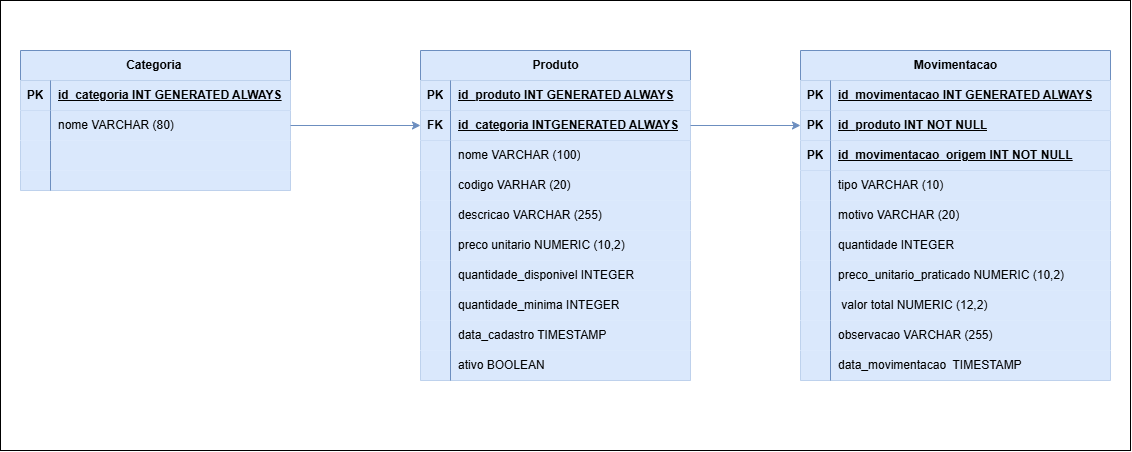
Above: docs/ProjetoIndividual.drawio.png in Tauane-gif/infotech-api (draw.io), before the change. Source tidied: cells renumbered, new cells last; positions are measured from the earlier drawing's top-left corner, leaving out a move shared by most shapes.
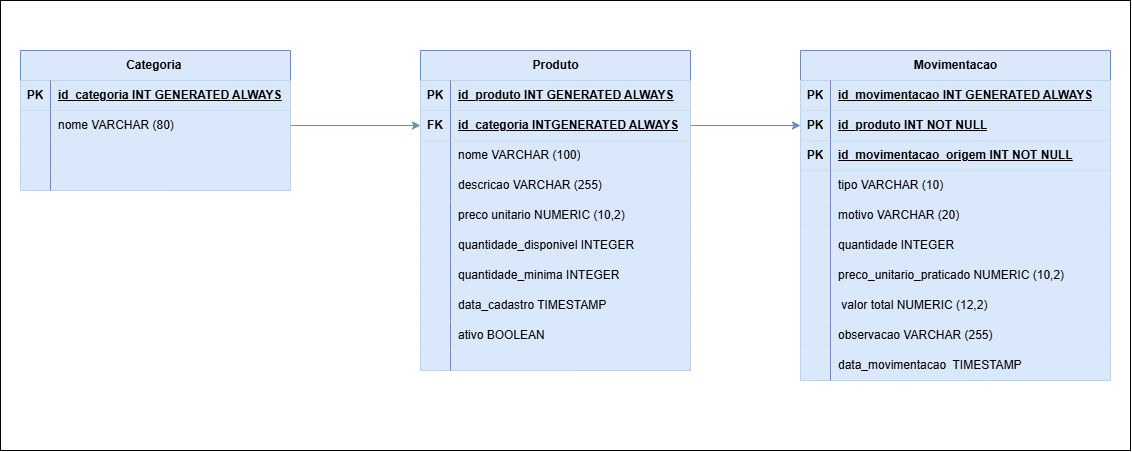
Above is the later version.

Diff of the diagram source:
```diff
@@ -45,7 +45,7 @@
       <mxGeometry x="30" width="240" height="20" as="geometry" />
     </mxCell>
     <mxCell id="16" value="Produto" style="shape=table;startSize=30;rowLines=0;fontStyle=1;align=center;html=1;fillColor=#dae8fc;strokeColor=#6c8ebf;" parent="1" vertex="1">
-      <mxGeometry x="420" y="50" width="270" height="330" as="geometry" />
+      <mxGeometry x="420" y="50" width="270" height="320" as="geometry" />
     </mxCell>
     <mxCell id="17" style="shape=tableRow;horizontal=0;startSize=0;swimlaneHead=0;swimlaneBody=0;fillColor=#dae8fc;top=0;left=0;right=0;bottom=1;strokeColor=#6c8ebf;" parent="16" vertex="1">
       <mxGeometry y="30" width="270" height="30" as="geometry" />
@@ -80,7 +80,7 @@
     <mxCell id="27" style="shape=partialRectangle;fillColor=#dae8fc;top=0;left=0;bottom=0;right=0;overflow=hidden;whiteSpace=wrap;html=1;strokeColor=#6c8ebf;" parent="26" vertex="1">
       <mxGeometry width="30" height="30" as="geometry" />
     </mxCell>
-    <mxCell id="28" value="codigo VARHAR (20)" style="shape=partialRectangle;fillColor=#dae8fc;top=0;left=0;bottom=0;right=0;align=left;spacingLeft=6;overflow=hidden;whiteSpace=wrap;html=1;strokeColor=#6c8ebf;" parent="26" vertex="1">
+    <mxCell id="28" value="descricao VARCHAR (255)&amp;nbsp;" style="shape=partialRectangle;fillColor=#dae8fc;top=0;left=0;bottom=0;right=0;align=left;spacingLeft=6;overflow=hidden;whiteSpace=wrap;html=1;strokeColor=#6c8ebf;" parent="26" vertex="1">
       <mxGeometry x="30" width="240" height="30" as="geometry" />
     </mxCell>
     <mxCell id="29" style="shape=tableRow;horizontal=0;startSize=0;swimlaneHead=0;swimlaneBody=0;fillColor=#dae8fc;top=0;left=0;right=0;bottom=0;strokeColor=#6c8ebf;" parent="16" vertex="1">
@@ -89,7 +89,7 @@
     <mxCell id="30" style="shape=partialRectangle;fillColor=#dae8fc;top=0;left=0;bottom=0;right=0;overflow=hidden;whiteSpace=wrap;html=1;strokeColor=#6c8ebf;" parent="29" vertex="1">
       <mxGeometry width="30" height="30" as="geometry" />
     </mxCell>
-    <mxCell id="31" value="descricao VARCHAR (255)&amp;nbsp;" style="shape=partialRectangle;fillColor=#dae8fc;top=0;left=0;bottom=0;right=0;align=left;spacingLeft=6;overflow=hidden;whiteSpace=wrap;html=1;strokeColor=#6c8ebf;" parent="29" vertex="1">
+    <mxCell id="31" value="preco unitario NUMERIC (10,2)" style="shape=partialRectangle;fillColor=#dae8fc;top=0;left=0;bottom=0;right=0;align=left;spacingLeft=6;overflow=hidden;whiteSpace=wrap;html=1;strokeColor=#6c8ebf;" parent="29" vertex="1">
       <mxGeometry x="30" width="240" height="30" as="geometry" />
     </mxCell>
     <mxCell id="32" style="shape=tableRow;horizontal=0;startSize=0;swimlaneHead=0;swimlaneBody=0;fillColor=#dae8fc;top=0;left=0;right=0;bottom=0;strokeColor=#6c8ebf;" parent="16" vertex="1">
@@ -98,7 +98,7 @@
     <mxCell id="33" style="shape=partialRectangle;fillColor=#dae8fc;top=0;left=0;bottom=0;right=0;overflow=hidden;whiteSpace=wrap;html=1;strokeColor=#6c8ebf;" parent="32" vertex="1">
       <mxGeometry width="30" height="30" as="geometry" />
     </mxCell>
-    <mxCell id="34" value="preco unitario NUMERIC (10,2)" style="shape=partialRectangle;fillColor=#dae8fc;top=0;left=0;bottom=0;right=0;align=left;spacingLeft=6;overflow=hidden;whiteSpace=wrap;html=1;strokeColor=#6c8ebf;" parent="32" vertex="1">
+    <mxCell id="34" value="quantidade_disponivel INTEGER" style="shape=partialRectangle;fillColor=#dae8fc;top=0;left=0;bottom=0;right=0;align=left;spacingLeft=6;overflow=hidden;whiteSpace=wrap;html=1;strokeColor=#6c8ebf;" parent="32" vertex="1">
       <mxGeometry x="30" width="240" height="30" as="geometry" />
     </mxCell>
     <mxCell id="35" style="shape=tableRow;horizontal=0;startSize=0;swimlaneHead=0;swimlaneBody=0;fillColor=#dae8fc;top=0;left=0;right=0;bottom=0;strokeColor=#6c8ebf;" parent="16" vertex="1">
@@ -107,7 +107,7 @@
     <mxCell id="36" style="shape=partialRectangle;fillColor=#dae8fc;top=0;left=0;bottom=0;right=0;overflow=hidden;whiteSpace=wrap;html=1;strokeColor=#6c8ebf;" parent="35" vertex="1">
       <mxGeometry width="30" height="30" as="geometry" />
     </mxCell>
-    <mxCell id="37" value="quantidade_disponivel INTEGER" style="shape=partialRectangle;fillColor=#dae8fc;top=0;left=0;bottom=0;right=0;align=left;spacingLeft=6;overflow=hidden;whiteSpace=wrap;html=1;strokeColor=#6c8ebf;" parent="35" vertex="1">
+    <mxCell id="37" value="quantidade_minima INTEGER" style="shape=partialRectangle;fillColor=#dae8fc;top=0;left=0;bottom=0;right=0;align=left;spacingLeft=6;overflow=hidden;whiteSpace=wrap;html=1;strokeColor=#6c8ebf;" parent="35" vertex="1">
       <mxGeometry x="30" width="240" height="30" as="geometry" />
     </mxCell>
     <mxCell id="38" style="shape=tableRow;horizontal=0;startSize=0;swimlaneHead=0;swimlaneBody=0;fillColor=#dae8fc;top=0;left=0;right=0;bottom=0;strokeColor=#6c8ebf;" parent="16" vertex="1">
@@ -116,7 +116,7 @@
     <mxCell id="39" style="shape=partialRectangle;fillColor=#dae8fc;top=0;left=0;bottom=0;right=0;overflow=hidden;whiteSpace=wrap;html=1;strokeColor=#6c8ebf;" parent="38" vertex="1">
       <mxGeometry width="30" height="30" as="geometry" />
     </mxCell>
-    <mxCell id="40" value="quantidade_minima INTEGER" style="shape=partialRectangle;fillColor=#dae8fc;top=0;left=0;bottom=0;right=0;align=left;spacingLeft=6;overflow=hidden;whiteSpace=wrap;html=1;strokeColor=#6c8ebf;" parent="38" vertex="1">
+    <mxCell id="40" value="data_cadastro TIMESTAMP" style="shape=partialRectangle;fillColor=#dae8fc;top=0;left=0;bottom=0;right=0;align=left;spacingLeft=6;overflow=hidden;whiteSpace=wrap;html=1;strokeColor=#6c8ebf;" parent="38" vertex="1">
       <mxGeometry x="30" width="240" height="30" as="geometry" />
     </mxCell>
     <mxCell id="41" style="shape=tableRow;horizontal=0;startSize=0;swimlaneHead=0;swimlaneBody=0;fillColor=#dae8fc;top=0;left=0;right=0;bottom=0;strokeColor=#6c8ebf;" parent="16" vertex="1">
@@ -125,17 +125,17 @@
     <mxCell id="42" style="shape=partialRectangle;fillColor=#dae8fc;top=0;left=0;bottom=0;right=0;overflow=hidden;whiteSpace=wrap;html=1;strokeColor=#6c8ebf;" parent="41" vertex="1">
       <mxGeometry width="30" height="30" as="geometry" />
     </mxCell>
-    <mxCell id="43" value="data_cadastro TIMESTAMP" style="shape=partialRectangle;fillColor=#dae8fc;top=0;left=0;bottom=0;right=0;align=left;spacingLeft=6;overflow=hidden;whiteSpace=wrap;html=1;strokeColor=#6c8ebf;" parent="41" vertex="1">
+    <mxCell id="43" value="ativo BOOLEAN&amp;nbsp;" style="shape=partialRectangle;fillColor=#dae8fc;top=0;left=0;bottom=0;right=0;align=left;spacingLeft=6;overflow=hidden;whiteSpace=wrap;html=1;strokeColor=#6c8ebf;" parent="41" vertex="1">
       <mxGeometry x="30" width="240" height="30" as="geometry" />
     </mxCell>
     <mxCell id="44" style="shape=tableRow;horizontal=0;startSize=0;swimlaneHead=0;swimlaneBody=0;fillColor=#dae8fc;top=0;left=0;right=0;bottom=0;strokeColor=#6c8ebf;" parent="16" vertex="1">
-      <mxGeometry y="300" width="270" height="30" as="geometry" />
+      <mxGeometry y="300" width="270" height="20" as="geometry" />
     </mxCell>
     <mxCell id="45" style="shape=partialRectangle;fillColor=#dae8fc;top=0;left=0;bottom=0;right=0;overflow=hidden;whiteSpace=wrap;html=1;strokeColor=#6c8ebf;" parent="44" vertex="1">
-      <mxGeometry width="30" height="30" as="geometry" />
+      <mxGeometry width="30" height="20" as="geometry" />
     </mxCell>
-    <mxCell id="46" value="ativo BOOLEAN&amp;nbsp;" style="shape=partialRectangle;fillColor=#dae8fc;top=0;left=0;bottom=0;right=0;align=left;spacingLeft=6;overflow=hidden;whiteSpace=wrap;html=1;strokeColor=#6c8ebf;" parent="44" vertex="1">
-      <mxGeometry x="30" width="240" height="30" as="geometry" />
+    <mxCell id="46" style="shape=partialRectangle;fillColor=#dae8fc;top=0;left=0;bottom=0;right=0;align=left;spacingLeft=6;overflow=hidden;whiteSpace=wrap;html=1;strokeColor=#6c8ebf;" parent="44" vertex="1">
+      <mxGeometry x="30" width="240" height="20" as="geometry" />
     </mxCell>
     <mxCell id="47" value="Movimentacao" style="shape=table;startSize=30;rowLines=0;fontStyle=1;align=center;html=1;fillColor=#dae8fc;strokeColor=#6c8ebf;" parent="1" vertex="1">
       <mxGeometry x="800" y="50" width="310" height="330" as="geometry" />
```
